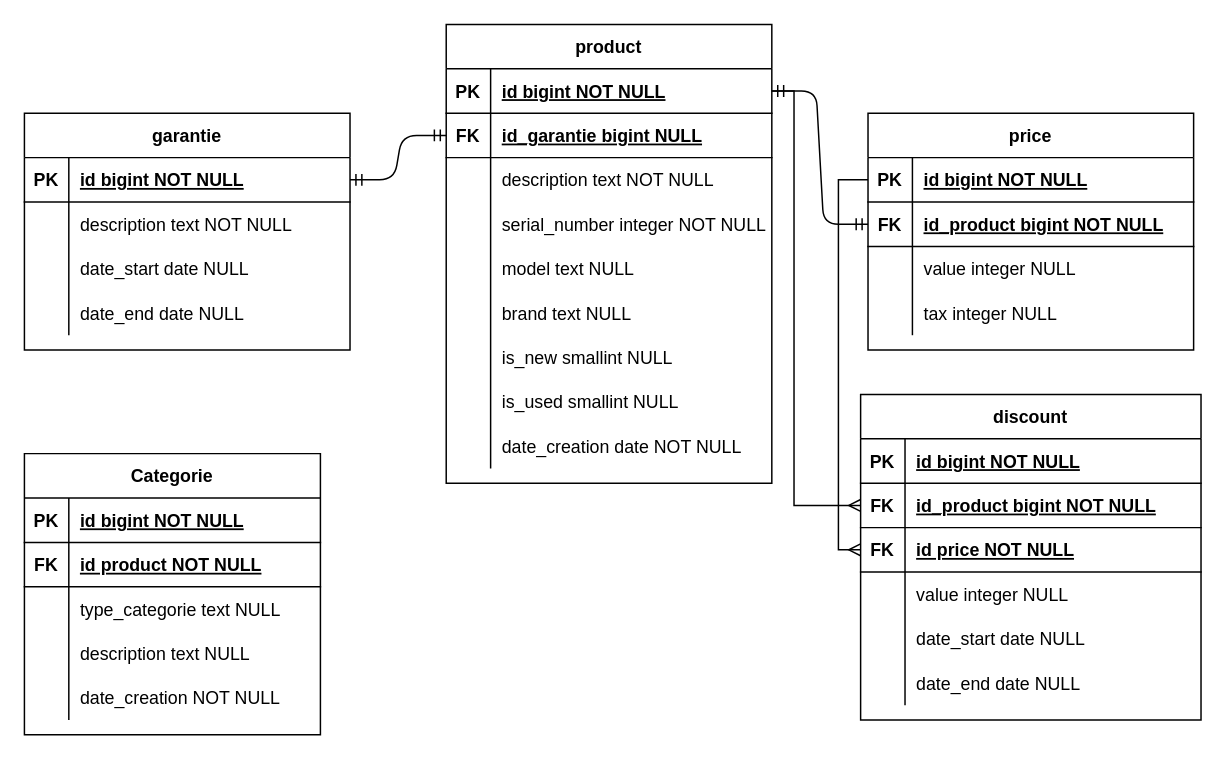
JulianaMedinaF/iCommercewebDiagrams keeps this draw.io diagram as Diagrams/Untitled Diagram.drawio. Above is the earlier version. Source tidied: cells renumbered, new cells numbered last; positions are measured from the earlier drawing's top-left corner, leaving out a move shared by most shapes. Both pictures are drawn from the tidied source at 148%, with x=0, y=0 at pixel (24, 24).
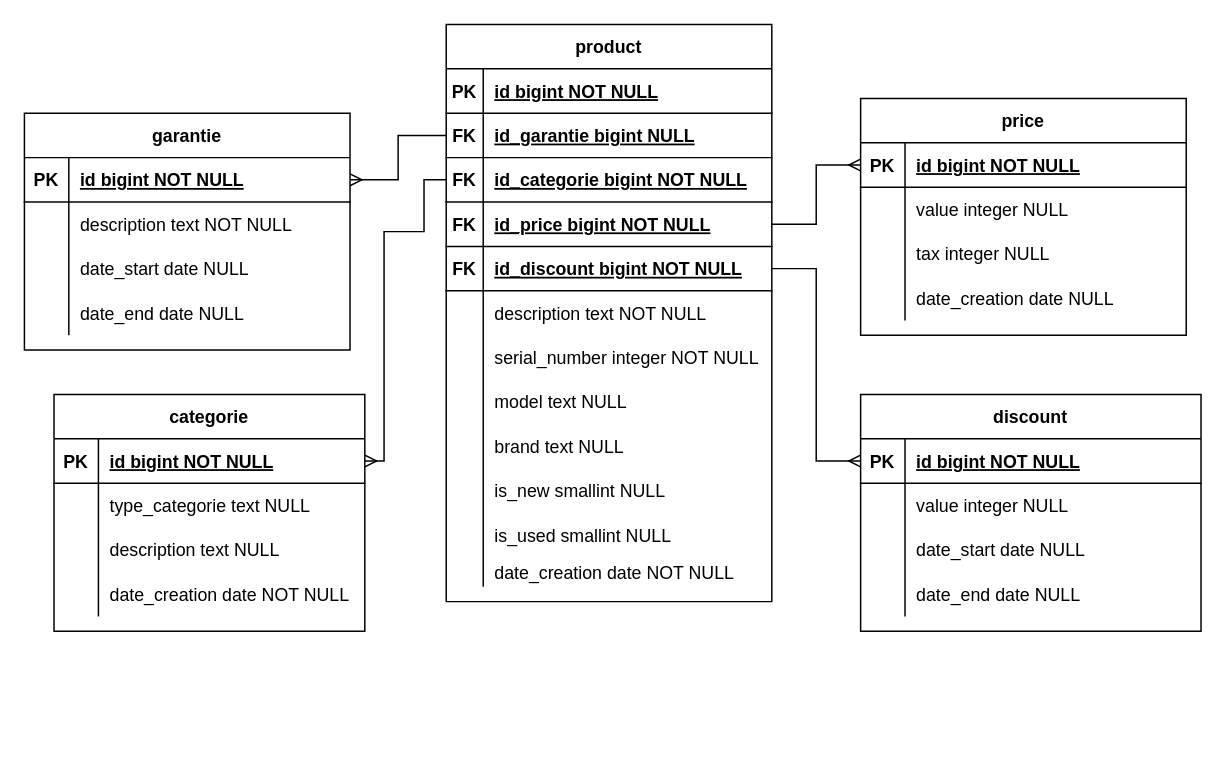
After the change.

The change refers to these unchanged cells:
```xml
<mxCell id="3" style="shape=partialRectangle;fillColor=none;top=0;left=0;bottom=1;right=0;points=[[0,0.5],[1,0.5]];portConstraint=eastwest;" parent="2" vertex="1">
  <mxGeometry y="30" width="220" height="30" as="geometry" />
</mxCell>
<mxCell id="6" style="shape=partialRectangle;fillColor=none;top=0;left=0;bottom=1;right=0;points=[[0,0.5],[1,0.5]];portConstraint=eastwest;" parent="2" vertex="1">
  <mxGeometry y="60" width="220" height="30" as="geometry" />
</mxCell>
<mxCell id="31" style="shape=partialRectangle;fillColor=none;top=0;left=0;bottom=1;right=0;points=[[0,0.5],[1,0.5]];portConstraint=eastwest;" parent="30" vertex="1">
  <mxGeometry y="30" width="220" height="30" as="geometry" />
</mxCell>
<mxCell id="45" style="shape=partialRectangle;fillColor=none;top=0;left=0;bottom=1;right=0;points=[[0,0.5],[1,0.5]];portConstraint=eastwest;" parent="44" vertex="1">
  <mxGeometry y="30" width="220" height="30" as="geometry" />
</mxCell>
<mxCell id="59" style="shape=partialRectangle;fillColor=none;top=0;left=0;bottom=1;right=0;points=[[0,0.5],[1,0.5]];portConstraint=eastwest;" parent="58" vertex="1">
  <mxGeometry y="30" width="230" height="30" as="geometry" />
</mxCell>
```

Diff of the diagram source:
```diff
@@
     <mxCell id="2" value="product" style="shape=table;startSize=30;childLayout=tableLayout;rowLines=0;fontStyle=1;align=center;" parent="1" vertex="1">
-      <mxGeometry x="285" width="220" height="310" as="geometry" />
+      <mxGeometry x="285" width="220" height="390" as="geometry" />
     </mxCell>
@@
     <mxCell id="4" value="PK" style="shape=partialRectangle;fillColor=none;top=0;left=0;bottom=0;right=0;fontStyle=1;overflow=hidden;" parent="3" vertex="1">
-      <mxGeometry width="30" height="30" as="geometry" />
+      <mxGeometry width="25" height="30" as="geometry" />
     </mxCell>
     <mxCell id="5" value="id bigint NOT NULL" style="shape=partialRectangle;fillColor=none;top=0;left=0;bottom=0;right=0;align=left;spacingLeft=6;fontStyle=5;overflow=hidden;" parent="3" vertex="1">
-      <mxGeometry x="30" width="190" height="30" as="geometry" />
+      <mxGeometry x="25" width="195" height="30" as="geometry" />
     </mxCell>
@@
     <mxCell id="7" value="FK" style="shape=partialRectangle;fillColor=none;top=0;left=0;bottom=0;right=0;fontStyle=1;overflow=hidden;" parent="6" vertex="1">
-      <mxGeometry width="30" height="30" as="geometry" />
+      <mxGeometry width="25" height="30" as="geometry" />
     </mxCell>
     <mxCell id="8" value="id_garantie bigint NULL" style="shape=partialRectangle;fillColor=none;top=0;left=0;bottom=0;right=0;align=left;spacingLeft=6;fontStyle=5;overflow=hidden;" parent="6" vertex="1">
-      <mxGeometry x="30" width="190" height="30" as="geometry" />
+      <mxGeometry x="25" width="195" height="30" as="geometry" />
     </mxCell>
+    <mxCell id="95" style="shape=partialRectangle;fillColor=none;top=0;left=0;bottom=1;right=0;points=[[0,0.5],[1,0.5]];portConstraint=eastwest;" parent="2" vertex="1">
+      <mxGeometry y="90" width="220" height="30" as="geometry" />
+    </mxCell>
+    <mxCell id="96" value="FK" style="shape=partialRectangle;fillColor=none;top=0;left=0;bottom=0;right=0;fontStyle=1;overflow=hidden;" parent="95" vertex="1">
+      <mxGeometry width="25" height="30" as="geometry" />
+    </mxCell>
+    <mxCell id="97" value="id_categorie bigint NOT NULL" style="shape=partialRectangle;fillColor=none;top=0;left=0;bottom=0;right=0;align=left;spacingLeft=6;fontStyle=5;overflow=hidden;" parent="95" vertex="1">
+      <mxGeometry x="25" width="195" height="30" as="geometry" />
+    </mxCell>
+    <mxCell id="98" style="shape=partialRectangle;fillColor=none;top=0;left=0;bottom=1;right=0;points=[[0,0.5],[1,0.5]];portConstraint=eastwest;" parent="2" vertex="1">
+      <mxGeometry y="120" width="220" height="30" as="geometry" />
+    </mxCell>
+    <mxCell id="99" value="FK" style="shape=partialRectangle;fillColor=none;top=0;left=0;bottom=0;right=0;fontStyle=1;overflow=hidden;" parent="98" vertex="1">
+      <mxGeometry width="25" height="30" as="geometry" />
+    </mxCell>
+    <mxCell id="100" value="id_price bigint NOT NULL" style="shape=partialRectangle;fillColor=none;top=0;left=0;bottom=0;right=0;align=left;spacingLeft=6;fontStyle=5;overflow=hidden;" parent="98" vertex="1">
+      <mxGeometry x="25" width="195" height="30" as="geometry" />
+    </mxCell>
+    <mxCell id="101" style="shape=partialRectangle;fillColor=none;top=0;left=0;bottom=1;right=0;points=[[0,0.5],[1,0.5]];portConstraint=eastwest;" parent="2" vertex="1">
+      <mxGeometry y="150" width="220" height="30" as="geometry" />
+    </mxCell>
+    <mxCell id="102" value="FK" style="shape=partialRectangle;fillColor=none;top=0;left=0;bottom=0;right=0;fontStyle=1;overflow=hidden;" parent="101" vertex="1">
+      <mxGeometry width="25" height="30" as="geometry" />
+    </mxCell>
+    <mxCell id="103" value="id_discount bigint NOT NULL" style="shape=partialRectangle;fillColor=none;top=0;left=0;bottom=0;right=0;align=left;spacingLeft=6;fontStyle=5;overflow=hidden;" parent="101" vertex="1">
+      <mxGeometry x="25" width="195" height="30" as="geometry" />
+    </mxCell>
     <mxCell id="9" style="shape=partialRectangle;fillColor=none;top=0;left=0;bottom=0;right=0;" parent="2" vertex="1">
-      <mxGeometry y="90" width="220" height="30" as="geometry" />
+      <mxGeometry y="180" width="220" height="30" as="geometry" />
     </mxCell>
     <mxCell id="10" style="shape=partialRectangle;fillColor=none;top=0;left=0;bottom=0;right=0;overflow=hidden;" parent="9" vertex="1">
-      <mxGeometry width="30" height="30" as="geometry" />
+      <mxGeometry width="25" height="30" as="geometry" />
     </mxCell>
     <mxCell id="11" value="description text NOT NULL" style="shape=partialRectangle;fillColor=none;top=0;left=0;bottom=0;right=0;align=left;spacingLeft=6;overflow=hidden;" parent="9" vertex="1">
-      <mxGeometry x="30" width="190" height="30" as="geometry" />
+      <mxGeometry x="25" width="195" height="30" as="geometry" />
     </mxCell>
     <mxCell id="12" style="shape=partialRectangle;fillColor=none;top=0;left=0;bottom=0;right=0;" parent="2" vertex="1">
-      <mxGeometry y="120" width="220" height="30" as="geometry" />
+      <mxGeometry y="210" width="220" height="30" as="geometry" />
     </mxCell>
     <mxCell id="13" style="shape=partialRectangle;fillColor=none;top=0;left=0;bottom=0;right=0;overflow=hidden;" parent="12" vertex="1">
-      <mxGeometry width="30" height="30" as="geometry" />
+      <mxGeometry width="25" height="30" as="geometry" />
     </mxCell>
     <mxCell id="14" value="serial_number integer NOT NULL" style="shape=partialRectangle;fillColor=none;top=0;left=0;bottom=0;right=0;align=left;spacingLeft=6;overflow=hidden;" parent="12" vertex="1">
-      <mxGeometry x="30" width="190" height="30" as="geometry" />
+      <mxGeometry x="25" width="195" height="30" as="geometry" />
     </mxCell>
     <mxCell id="15" style="shape=partialRectangle;fillColor=none;top=0;left=0;bottom=0;right=0;" parent="2" vertex="1">
-      <mxGeometry y="150" width="220" height="30" as="geometry" />
+      <mxGeometry y="240" width="220" height="30" as="geometry" />
     </mxCell>
     <mxCell id="16" style="shape=partialRectangle;fillColor=none;top=0;left=0;bottom=0;right=0;overflow=hidden;" parent="15" vertex="1">
-      <mxGeometry width="30" height="30" as="geometry" />
+      <mxGeometry width="25" height="30" as="geometry" />
     </mxCell>
     <mxCell id="17" value="model text NULL" style="shape=partialRectangle;fillColor=none;top=0;left=0;bottom=0;right=0;align=left;spacingLeft=6;overflow=hidden;" parent="15" vertex="1">
-      <mxGeometry x="30" width="190" height="30" as="geometry" />
+      <mxGeometry x="25" width="195" height="30" as="geometry" />
     </mxCell>
     <mxCell id="18" style="shape=partialRectangle;fillColor=none;top=0;left=0;bottom=0;right=0;" parent="2" vertex="1">
-      <mxGeometry y="180" width="220" height="30" as="geometry" />
+      <mxGeometry y="270" width="220" height="30" as="geometry" />
     </mxCell>
     <mxCell id="19" style="shape=partialRectangle;fillColor=none;top=0;left=0;bottom=0;right=0;overflow=hidden;" parent="18" vertex="1">
-      <mxGeometry width="30" height="30" as="geometry" />
+      <mxGeometry width="25" height="30" as="geometry" />
     </mxCell>
     <mxCell id="20" value="brand text NULL" style="shape=partialRectangle;fillColor=none;top=0;left=0;bottom=0;right=0;align=left;spacingLeft=6;overflow=hidden;" parent="18" vertex="1">
-      <mxGeometry x="30" width="190" height="30" as="geometry" />
+      <mxGeometry x="25" width="195" height="30" as="geometry" />
     </mxCell>
     <mxCell id="21" style="shape=partialRectangle;fillColor=none;top=0;left=0;bottom=0;right=0;" parent="2" vertex="1">
-      <mxGeometry y="210" width="220" height="30" as="geometry" />
+      <mxGeometry y="300" width="220" height="30" as="geometry" />
     </mxCell>
     <mxCell id="22" style="shape=partialRectangle;fillColor=none;top=0;left=0;bottom=0;right=0;overflow=hidden;" parent="21" vertex="1">
-      <mxGeometry width="30" height="30" as="geometry" />
+      <mxGeometry width="25" height="30" as="geometry" />
     </mxCell>
     <mxCell id="23" value="is_new smallint NULL" style="shape=partialRectangle;fillColor=none;top=0;left=0;bottom=0;right=0;align=left;spacingLeft=6;overflow=hidden;" parent="21" vertex="1">
-      <mxGeometry x="30" width="190" height="30" as="geometry" />
+      <mxGeometry x="25" width="195" height="30" as="geometry" />
     </mxCell>
     <mxCell id="24" style="shape=partialRectangle;fillColor=none;top=0;left=0;bottom=0;right=0;" parent="2" vertex="1">
-      <mxGeometry y="240" width="220" height="30" as="geometry" />
+      <mxGeometry y="330" width="220" height="30" as="geometry" />
     </mxCell>
     <mxCell id="25" style="shape=partialRectangle;fillColor=none;top=0;left=0;bottom=0;right=0;overflow=hidden;" parent="24" vertex="1">
-      <mxGeometry width="30" height="30" as="geometry" />
+      <mxGeometry width="25" height="30" as="geometry" />
     </mxCell>
     <mxCell id="26" value="is_used smallint NULL" style="shape=partialRectangle;fillColor=none;top=0;left=0;bottom=0;right=0;align=left;spacingLeft=6;overflow=hidden;" parent="24" vertex="1">
-      <mxGeometry x="30" width="190" height="30" as="geometry" />
+      <mxGeometry x="25" width="195" height="30" as="geometry" />
     </mxCell>
     <mxCell id="27" style="shape=partialRectangle;fillColor=none;top=0;left=0;bottom=0;right=0;" parent="2" vertex="1">
-      <mxGeometry y="270" width="220" height="30" as="geometry" />
+      <mxGeometry y="360" width="220" height="20" as="geometry" />
     </mxCell>
     <mxCell id="28" style="shape=partialRectangle;fillColor=none;top=0;left=0;bottom=0;right=0;overflow=hidden;" parent="27" vertex="1">
-      <mxGeometry width="30" height="30" as="geometry" />
+      <mxGeometry width="25" height="20" as="geometry" />
     </mxCell>
     <mxCell id="29" value="date_creation date NOT NULL" style="shape=partialRectangle;fillColor=none;top=0;left=0;bottom=0;right=0;align=left;spacingLeft=6;overflow=hidden;" parent="27" vertex="1">
-      <mxGeometry x="30" width="190" height="30" as="geometry" />
+      <mxGeometry x="25" width="195" height="20" as="geometry" />
     </mxCell>
@@
-    <mxCell id="43" style="edgeStyle=entityRelationEdgeStyle;fontSize=12;html=1;endArrow=ERmandOne;startArrow=ERmandOne;entryX=0;entryY=0.5;entryDx=0;entryDy=0;" parent="1" edge="1" source="31" target="6">
-      <mxGeometry relative="1" as="geometry" />
-    </mxCell>
     <mxCell id="44" value="price" style="shape=table;startSize=30;childLayout=tableLayout;rowLines=0;fontStyle=1;align=center;" parent="1" vertex="1">
-      <mxGeometry x="570" y="60" width="220" height="160" as="geometry" />
+      <mxGeometry x="565" y="50" width="220" height="160" as="geometry" />
     </mxCell>
@@
-    <mxCell id="48" style="shape=partialRectangle;fillColor=none;top=0;left=0;bottom=1;right=0;points=[[0,0.5],[1,0.5]];portConstraint=eastwest;" parent="44" vertex="1">
-      <mxGeometry y="60" width="220" height="30" as="geometry" />
-    </mxCell>
-    <mxCell id="49" value="FK" style="shape=partialRectangle;fillColor=none;top=0;left=0;bottom=0;right=0;fontStyle=1;overflow=hidden;" parent="48" vertex="1">
-      <mxGeometry width="30" height="30" as="geometry" />
-    </mxCell>
-    <mxCell id="50" value="id_product bigint NOT NULL" style="shape=partialRectangle;fillColor=none;top=0;left=0;bottom=0;right=0;align=left;spacingLeft=6;fontStyle=5;overflow=hidden;" parent="48" vertex="1">
-      <mxGeometry x="30" width="190" height="30" as="geometry" />
-    </mxCell>
     <mxCell id="51" style="shape=partialRectangle;fillColor=none;top=0;left=0;bottom=0;right=0;" parent="44" vertex="1">
-      <mxGeometry y="90" width="220" height="30" as="geometry" />
+      <mxGeometry y="60" width="220" height="30" as="geometry" />
     </mxCell>
@@
     <mxCell id="54" style="shape=partialRectangle;fillColor=none;top=0;left=0;bottom=0;right=0;" parent="44" vertex="1">
-      <mxGeometry y="120" width="220" height="30" as="geometry" />
+      <mxGeometry y="90" width="220" height="30" as="geometry" />
     </mxCell>
@@
-    <mxCell id="57" style="edgeStyle=entityRelationEdgeStyle;fontSize=12;html=1;endArrow=ERmandOne;startArrow=ERmandOne;entryX=0;entryY=0.5;entryDx=0;entryDy=0;exitX=1;exitY=0.5;exitDx=0;exitDy=0;" parent="1" edge="1" source="3" target="48">
-      <mxGeometry relative="1" as="geometry" />
-    </mxCell>
+    <mxCell id="104" style="shape=partialRectangle;fillColor=none;top=0;left=0;bottom=0;right=0;" parent="44" vertex="1">
+      <mxGeometry y="120" width="220" height="30" as="geometry" />
+    </mxCell>
+    <mxCell id="105" style="shape=partialRectangle;fillColor=none;top=0;left=0;bottom=0;right=0;overflow=hidden;" parent="104" vertex="1">
+      <mxGeometry width="30" height="30" as="geometry" />
+    </mxCell>
+    <mxCell id="106" value="date_creation date NULL" style="shape=partialRectangle;fillColor=none;top=0;left=0;bottom=0;right=0;align=left;spacingLeft=6;overflow=hidden;" parent="104" vertex="1">
+      <mxGeometry x="30" width="190" height="30" as="geometry" />
+    </mxCell>
     <mxCell id="58" value="discount" style="shape=table;startSize=30;childLayout=tableLayout;rowLines=0;fontStyle=1;align=center;" parent="1" vertex="1">
-      <mxGeometry x="565" y="250" width="230" height="220" as="geometry" />
+      <mxGeometry x="565" y="250" width="230" height="160" as="geometry" />
     </mxCell>
@@
-    <mxCell id="62" style="shape=partialRectangle;fillColor=none;top=0;left=0;bottom=1;right=0;points=[[0,0.5],[1,0.5]];portConstraint=eastwest;" parent="58" vertex="1">
-      <mxGeometry y="60" width="230" height="30" as="geometry" />
-    </mxCell>
-    <mxCell id="63" value="FK" style="shape=partialRectangle;fillColor=none;top=0;left=0;bottom=0;right=0;fontStyle=1;overflow=hidden;" parent="62" vertex="1">
-      <mxGeometry width="30" height="30" as="geometry" />
-    </mxCell>
-    <mxCell id="64" value="id_product bigint NOT NULL" style="shape=partialRectangle;fillColor=none;top=0;left=0;bottom=0;right=0;align=left;spacingLeft=6;fontStyle=5;overflow=hidden;" parent="62" vertex="1">
-      <mxGeometry x="30" width="200" height="30" as="geometry" />
-    </mxCell>
-    <mxCell id="65" style="shape=partialRectangle;fillColor=none;top=0;left=0;bottom=1;right=0;points=[[0,0.5],[1,0.5]];portConstraint=eastwest;" parent="58" vertex="1">
-      <mxGeometry y="90" width="230" height="30" as="geometry" />
-    </mxCell>
-    <mxCell id="66" value="FK" style="shape=partialRectangle;fillColor=none;top=0;left=0;bottom=0;right=0;fontStyle=1;overflow=hidden;" parent="65" vertex="1">
-      <mxGeometry width="30" height="30" as="geometry" />
-    </mxCell>
-    <mxCell id="67" value="id price NOT NULL" style="shape=partialRectangle;fillColor=none;top=0;left=0;bottom=0;right=0;align=left;spacingLeft=6;fontStyle=5;overflow=hidden;" parent="65" vertex="1">
-      <mxGeometry x="30" width="200" height="30" as="geometry" />
-    </mxCell>
     <mxCell id="68" style="shape=partialRectangle;fillColor=none;top=0;left=0;bottom=0;right=0;" parent="58" vertex="1">
-      <mxGeometry y="120" width="230" height="30" as="geometry" />
+      <mxGeometry y="60" width="230" height="30" as="geometry" />
     </mxCell>
@@
     <mxCell id="71" style="shape=partialRectangle;fillColor=none;top=0;left=0;bottom=0;right=0;" parent="58" vertex="1">
-      <mxGeometry y="150" width="230" height="30" as="geometry" />
+      <mxGeometry y="90" width="230" height="30" as="geometry" />
     </mxCell>
@@
     <mxCell id="74" style="shape=partialRectangle;fillColor=none;top=0;left=0;bottom=0;right=0;" parent="58" vertex="1">
-      <mxGeometry y="180" width="230" height="30" as="geometry" />
+      <mxGeometry y="120" width="230" height="30" as="geometry" />
     </mxCell>
@@
-    <mxCell id="77" style="edgeStyle=orthogonalEdgeStyle;rounded=0;jettySize=auto;html=1;exitX=0;exitY=0.5;exitDx=0;exitDy=0;entryX=0;entryY=0.5;entryDx=0;entryDy=0;endArrow=ERmany;endFill=0;" parent="1" edge="1" source="45" target="65">
-      <mxGeometry relative="1" as="geometry" />
-    </mxCell>
-    <mxCell id="78" style="edgeStyle=orthogonalEdgeStyle;rounded=0;jettySize=auto;html=1;exitX=1;exitY=0.5;exitDx=0;exitDy=0;entryX=0;entryY=0.5;entryDx=0;entryDy=0;endArrow=ERmany;endFill=0;" parent="1" edge="1" source="3" target="62">
-      <mxGeometry relative="1" as="geometry">
-        <Array as="points">
-          <mxPoint x="520" y="45" />
-          <mxPoint x="520" y="325" />
-        </Array>
-      </mxGeometry>
-    </mxCell>
-    <mxCell id="79" value="Categorie" style="shape=table;startSize=30;childLayout=tableLayout;rowLines=0;fontStyle=1;align=center;" parent="1" vertex="1">
-      <mxGeometry y="290" width="200" height="190" as="geometry" />
+    <mxCell id="79" value="categorie" style="shape=table;startSize=30;childLayout=tableLayout;rowLines=0;fontStyle=1;align=center;" parent="1" vertex="1">
+      <mxGeometry x="20" y="250" width="210" height="160" as="geometry" />
     </mxCell>
     <mxCell id="80" style="shape=partialRectangle;fillColor=none;top=0;left=0;bottom=1;right=0;points=[[0,0.5],[1,0.5]];portConstraint=eastwest;" parent="79" vertex="1">
-      <mxGeometry y="30" width="200" height="30" as="geometry" />
+      <mxGeometry y="30" width="210" height="30" as="geometry" />
     </mxCell>
@@
     <mxCell id="82" value="id bigint NOT NULL" style="shape=partialRectangle;fillColor=none;top=0;left=0;bottom=0;right=0;align=left;spacingLeft=6;fontStyle=5;overflow=hidden;" parent="80" vertex="1">
-      <mxGeometry x="30" width="170" height="30" as="geometry" />
+      <mxGeometry x="30" width="180" height="30" as="geometry" />
     </mxCell>
-    <mxCell id="83" style="shape=partialRectangle;fillColor=none;top=0;left=0;bottom=1;right=0;" parent="79" vertex="1">
-      <mxGeometry y="60" width="200" height="30" as="geometry" />
-    </mxCell>
-    <mxCell id="84" value="FK" style="shape=partialRectangle;fillColor=none;top=0;left=0;bottom=0;right=0;fontStyle=1;overflow=hidden;" parent="83" vertex="1">
-      <mxGeometry width="30" height="30" as="geometry" />
-    </mxCell>
-    <mxCell id="85" value="id product NOT NULL" style="shape=partialRectangle;fillColor=none;top=0;left=0;bottom=0;right=0;align=left;spacingLeft=6;fontStyle=5;overflow=hidden;" parent="83" vertex="1">
-      <mxGeometry x="30" width="170" height="30" as="geometry" />
-    </mxCell>
     <mxCell id="86" style="shape=partialRectangle;fillColor=none;top=0;left=0;bottom=0;right=0;" parent="79" vertex="1">
-      <mxGeometry y="90" width="200" height="30" as="geometry" />
+      <mxGeometry y="60" width="210" height="30" as="geometry" />
     </mxCell>
@@
     <mxCell id="88" value="type_categorie text NULL" style="shape=partialRectangle;fillColor=none;top=0;left=0;bottom=0;right=0;align=left;spacingLeft=6;overflow=hidden;" parent="86" vertex="1">
-      <mxGeometry x="30" width="170" height="30" as="geometry" />
+      <mxGeometry x="30" width="180" height="30" as="geometry" />
     </mxCell>
     <mxCell id="89" style="shape=partialRectangle;fillColor=none;top=0;left=0;bottom=0;right=0;" parent="79" vertex="1">
-      <mxGeometry y="120" width="200" height="30" as="geometry" />
+      <mxGeometry y="90" width="210" height="30" as="geometry" />
     </mxCell>
@@
     <mxCell id="91" value="description text NULL" style="shape=partialRectangle;fillColor=none;top=0;left=0;bottom=0;right=0;align=left;spacingLeft=6;overflow=hidden;" parent="89" vertex="1">
-      <mxGeometry x="30" width="170" height="30" as="geometry" />
+      <mxGeometry x="30" width="180" height="30" as="geometry" />
     </mxCell>
     <mxCell id="92" style="shape=partialRectangle;fillColor=none;top=0;left=0;bottom=0;right=0;" parent="79" vertex="1">
-      <mxGeometry y="150" width="200" height="30" as="geometry" />
+      <mxGeometry y="120" width="210" height="30" as="geometry" />
     </mxCell>
@@
-    <mxCell id="94" value="date_creation NOT NULL" style="shape=partialRectangle;fillColor=none;top=0;left=0;bottom=0;right=0;align=left;spacingLeft=6;overflow=hidden;" parent="92" vertex="1">
-      <mxGeometry x="30" width="170" height="30" as="geometry" />
+    <mxCell id="94" value="date_creation date NOT NULL" style="shape=partialRectangle;fillColor=none;top=0;left=0;bottom=0;right=0;align=left;spacingLeft=6;overflow=hidden;" parent="92" vertex="1">
+      <mxGeometry x="30" width="180" height="30" as="geometry" />
     </mxCell>
+    <mxCell id="107" style="edgeStyle=orthogonalEdgeStyle;rounded=0;jettySize=auto;html=1;exitX=0;exitY=0.5;exitDx=0;exitDy=0;entryX=1;entryY=0.5;entryDx=0;entryDy=0;endArrow=ERmany;endFill=0;" parent="1" edge="1" source="6" target="31">
+      <mxGeometry relative="1" as="geometry" />
+    </mxCell>
+    <mxCell id="108" style="edgeStyle=orthogonalEdgeStyle;rounded=0;jettySize=auto;html=1;exitX=0;exitY=0.5;exitDx=0;exitDy=0;entryX=1;entryY=0.5;entryDx=0;entryDy=0;endArrow=ERmany;endFill=0;" parent="1" edge="1" source="95" target="80">
+      <mxGeometry relative="1" as="geometry">
+        <Array as="points">
+          <mxPoint x="270" y="105" />
+          <mxPoint x="270" y="140" />
+          <mxPoint x="243" y="140" />
+          <mxPoint x="243" y="295" />
+        </Array>
+      </mxGeometry>
+    </mxCell>
+    <mxCell id="109" style="edgeStyle=orthogonalEdgeStyle;rounded=0;jettySize=auto;html=1;exitX=1;exitY=0.5;exitDx=0;exitDy=0;endArrow=ERmany;endFill=0;" parent="1" edge="1" source="98" target="45">
+      <mxGeometry relative="1" as="geometry" />
+    </mxCell>
+    <mxCell id="110" style="edgeStyle=orthogonalEdgeStyle;rounded=0;jettySize=auto;html=1;exitX=1;exitY=0.5;exitDx=0;exitDy=0;entryX=0;entryY=0.5;entryDx=0;entryDy=0;endArrow=ERmany;endFill=0;" parent="1" edge="1" source="101" target="59">
+      <mxGeometry relative="1" as="geometry" />
+    </mxCell>
```
